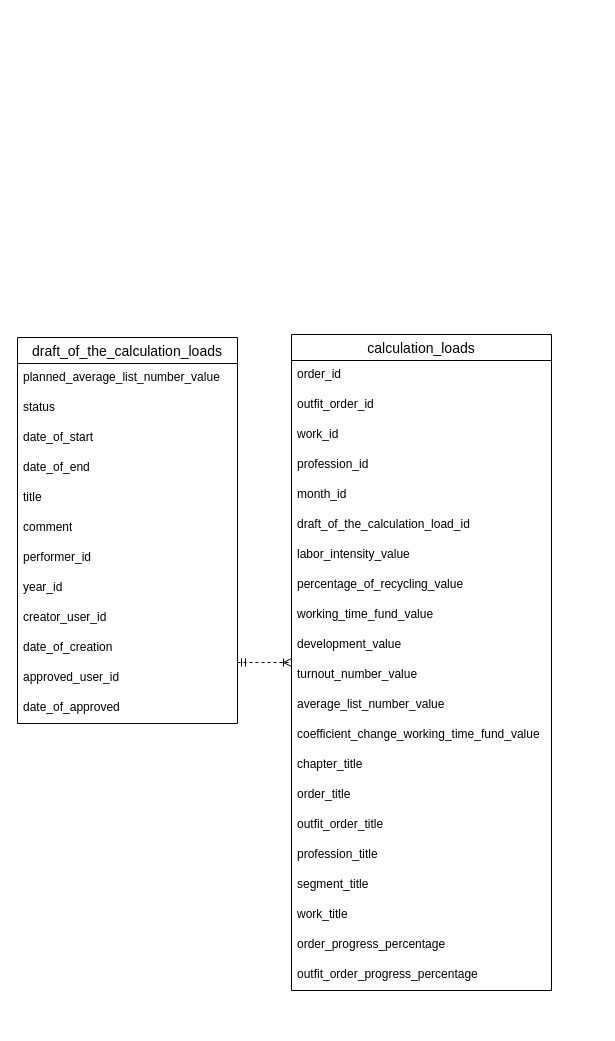
Above: Физическая диаграмма базы данных.drawio in VladZainullin/Diploma (draw.io), before the change. Source tidied: cells renumbered, new cells numbered last; positions are measured from the earlier drawing's top-left corner, leaving out a move shared by most shapes. Both pictures are drawn from the tidied source at 100%, with x=0, y=0 at pixel (17, 334).
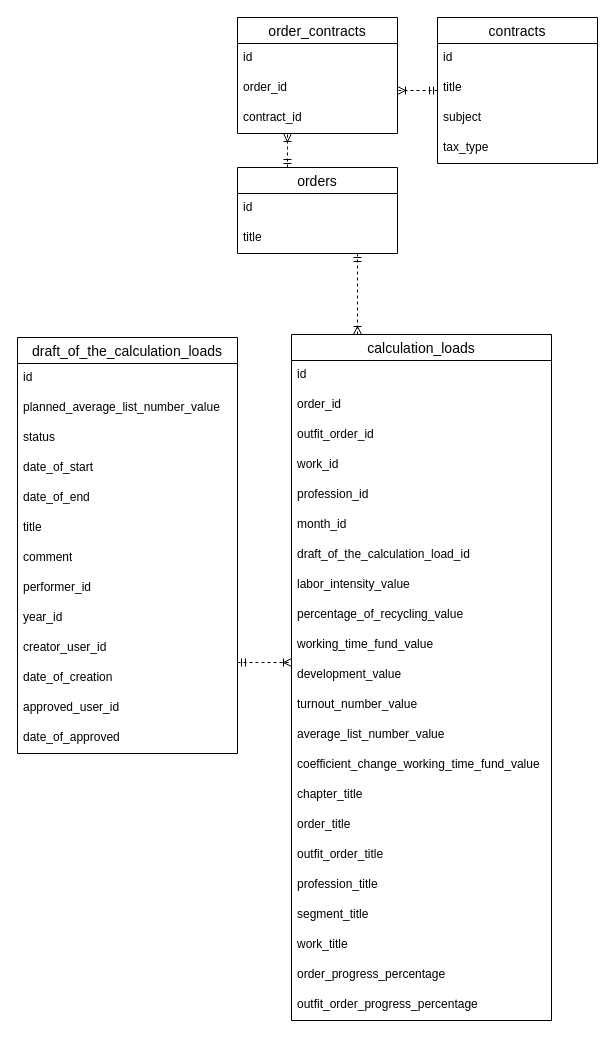
The same diagram, later.

The edit, as a diff of the source:
```diff
@@
     <mxCell id="3" value="draft_of_the_calculation_loads" style="swimlane;fontStyle=0;horizontal=1;startSize=26;align=center;fontSize=14;" parent="1" vertex="1">
-      <mxGeometry y="3" width="220" height="386" as="geometry" />
+      <mxGeometry y="3" width="220" height="416" as="geometry" />
     </mxCell>
+    <mxCell id="38" value="id" style="text;strokeColor=none;fillColor=none;spacingLeft=4;spacingRight=4;overflow=hidden;fontSize=12;whiteSpace=wrap;html=1;" parent="3" vertex="1">
+      <mxGeometry y="26" width="220" height="30" as="geometry" />
+    </mxCell>
     <mxCell id="4" value="planned_average_list_number_value" style="text;strokeColor=none;fillColor=none;spacingLeft=4;spacingRight=4;overflow=hidden;fontSize=12;whiteSpace=wrap;html=1;" parent="3" vertex="1">
-      <mxGeometry y="26" width="220" height="30" as="geometry" />
+      <mxGeometry y="56" width="220" height="30" as="geometry" />
     </mxCell>
     <mxCell id="5" value="status" style="text;strokeColor=none;fillColor=none;spacingLeft=4;spacingRight=4;overflow=hidden;fontSize=12;whiteSpace=wrap;html=1;" parent="3" vertex="1">
-      <mxGeometry y="56" width="220" height="30" as="geometry" />
+      <mxGeometry y="86" width="220" height="30" as="geometry" />
     </mxCell>
     <mxCell id="6" value="date_of_start" style="text;strokeColor=none;fillColor=none;spacingLeft=4;spacingRight=4;overflow=hidden;fontSize=12;whiteSpace=wrap;html=1;" parent="3" vertex="1">
-      <mxGeometry y="86" width="220" height="30" as="geometry" />
+      <mxGeometry y="116" width="220" height="30" as="geometry" />
     </mxCell>
     <mxCell id="7" value="date_of_end" style="text;strokeColor=none;fillColor=none;spacingLeft=4;spacingRight=4;overflow=hidden;fontSize=12;whiteSpace=wrap;html=1;" parent="3" vertex="1">
-      <mxGeometry y="116" width="220" height="30" as="geometry" />
+      <mxGeometry y="146" width="220" height="30" as="geometry" />
     </mxCell>
     <mxCell id="8" value="title" style="text;strokeColor=none;fillColor=none;spacingLeft=4;spacingRight=4;overflow=hidden;fontSize=12;whiteSpace=wrap;html=1;" parent="3" vertex="1">
-      <mxGeometry y="146" width="220" height="30" as="geometry" />
+      <mxGeometry y="176" width="220" height="30" as="geometry" />
     </mxCell>
     <mxCell id="9" value="comment" style="text;strokeColor=none;fillColor=none;spacingLeft=4;spacingRight=4;overflow=hidden;fontSize=12;whiteSpace=wrap;html=1;" parent="3" vertex="1">
-      <mxGeometry y="176" width="220" height="30" as="geometry" />
+      <mxGeometry y="206" width="220" height="30" as="geometry" />
     </mxCell>
     <mxCell id="10" value="performer_id" style="text;strokeColor=none;fillColor=none;spacingLeft=4;spacingRight=4;overflow=hidden;fontSize=12;whiteSpace=wrap;html=1;" parent="3" vertex="1">
-      <mxGeometry y="206" width="220" height="30" as="geometry" />
+      <mxGeometry y="236" width="220" height="30" as="geometry" />
     </mxCell>
     <mxCell id="11" value="year_id" style="text;strokeColor=none;fillColor=none;spacingLeft=4;spacingRight=4;overflow=hidden;fontSize=12;whiteSpace=wrap;html=1;" parent="3" vertex="1">
-      <mxGeometry y="236" width="220" height="30" as="geometry" />
+      <mxGeometry y="266" width="220" height="30" as="geometry" />
     </mxCell>
     <mxCell id="12" value="creator_user_id" style="text;strokeColor=none;fillColor=none;spacingLeft=4;spacingRight=4;overflow=hidden;fontSize=12;whiteSpace=wrap;html=1;" parent="3" vertex="1">
-      <mxGeometry y="266" width="220" height="30" as="geometry" />
+      <mxGeometry y="296" width="220" height="30" as="geometry" />
     </mxCell>
     <mxCell id="13" value="date_of_creation" style="text;strokeColor=none;fillColor=none;spacingLeft=4;spacingRight=4;overflow=hidden;fontSize=12;whiteSpace=wrap;html=1;" parent="3" vertex="1">
-      <mxGeometry y="296" width="220" height="30" as="geometry" />
+      <mxGeometry y="326" width="220" height="30" as="geometry" />
     </mxCell>
     <mxCell id="14" value="approved_user_id" style="text;strokeColor=none;fillColor=none;spacingLeft=4;spacingRight=4;overflow=hidden;fontSize=12;whiteSpace=wrap;html=1;" parent="3" vertex="1">
-      <mxGeometry y="326" width="220" height="30" as="geometry" />
+      <mxGeometry y="356" width="220" height="30" as="geometry" />
     </mxCell>
     <mxCell id="15" value="date_of_approved" style="text;strokeColor=none;fillColor=none;spacingLeft=4;spacingRight=4;overflow=hidden;fontSize=12;whiteSpace=wrap;html=1;" parent="3" vertex="1">
-      <mxGeometry y="356" width="220" height="30" as="geometry" />
+      <mxGeometry y="386" width="220" height="30" as="geometry" />
     </mxCell>
     <mxCell id="16" value="calculation_loads" style="swimlane;fontStyle=0;horizontal=1;startSize=26;align=center;fontSize=14;" parent="1" vertex="1">
-      <mxGeometry x="274" width="260" height="656" as="geometry" />
+      <mxGeometry x="274" width="260" height="686" as="geometry" />
     </mxCell>
+    <mxCell id="39" value="id" style="text;strokeColor=none;fillColor=none;spacingLeft=4;spacingRight=4;overflow=hidden;fontSize=12;whiteSpace=wrap;html=1;" parent="16" vertex="1">
+      <mxGeometry y="26" width="260" height="30" as="geometry" />
+    </mxCell>
     <mxCell id="17" value="order_id" style="text;strokeColor=none;fillColor=none;spacingLeft=4;spacingRight=4;overflow=hidden;fontSize=12;whiteSpace=wrap;html=1;" parent="16" vertex="1">
-      <mxGeometry y="26" width="260" height="30" as="geometry" />
+      <mxGeometry y="56" width="260" height="30" as="geometry" />
     </mxCell>
     <mxCell id="18" value="outfit_order_id" style="text;strokeColor=none;fillColor=none;spacingLeft=4;spacingRight=4;overflow=hidden;fontSize=12;whiteSpace=wrap;html=1;" parent="16" vertex="1">
-      <mxGeometry y="56" width="260" height="30" as="geometry" />
+      <mxGeometry y="86" width="260" height="30" as="geometry" />
     </mxCell>
     <mxCell id="19" value="work_id" style="text;strokeColor=none;fillColor=none;spacingLeft=4;spacingRight=4;overflow=hidden;fontSize=12;whiteSpace=wrap;html=1;" parent="16" vertex="1">
-      <mxGeometry y="86" width="260" height="30" as="geometry" />
+      <mxGeometry y="116" width="260" height="30" as="geometry" />
     </mxCell>
     <mxCell id="20" value="profession_id" style="text;strokeColor=none;fillColor=none;spacingLeft=4;spacingRight=4;overflow=hidden;fontSize=12;whiteSpace=wrap;html=1;" parent="16" vertex="1">
-      <mxGeometry y="116" width="260" height="30" as="geometry" />
+      <mxGeometry y="146" width="260" height="30" as="geometry" />
     </mxCell>
     <mxCell id="21" value="month_id" style="text;strokeColor=none;fillColor=none;spacingLeft=4;spacingRight=4;overflow=hidden;fontSize=12;whiteSpace=wrap;html=1;" parent="16" vertex="1">
-      <mxGeometry y="146" width="260" height="30" as="geometry" />
+      <mxGeometry y="176" width="260" height="30" as="geometry" />
     </mxCell>
     <mxCell id="22" value="draft_of_the_calculation_load_id" style="text;strokeColor=none;fillColor=none;spacingLeft=4;spacingRight=4;overflow=hidden;fontSize=12;whiteSpace=wrap;html=1;" parent="16" vertex="1">
-      <mxGeometry y="176" width="260" height="30" as="geometry" />
+      <mxGeometry y="206" width="260" height="30" as="geometry" />
     </mxCell>
     <mxCell id="23" value="labor_intensity_value" style="text;strokeColor=none;fillColor=none;spacingLeft=4;spacingRight=4;overflow=hidden;fontSize=12;whiteSpace=wrap;html=1;" parent="16" vertex="1">
-      <mxGeometry y="206" width="260" height="30" as="geometry" />
+      <mxGeometry y="236" width="260" height="30" as="geometry" />
     </mxCell>
     <mxCell id="24" value="percentage_of_recycling_value" style="text;strokeColor=none;fillColor=none;spacingLeft=4;spacingRight=4;overflow=hidden;fontSize=12;whiteSpace=wrap;html=1;" parent="16" vertex="1">
-      <mxGeometry y="236" width="260" height="30" as="geometry" />
+      <mxGeometry y="266" width="260" height="30" as="geometry" />
     </mxCell>
     <mxCell id="25" value="working_time_fund_value" style="text;strokeColor=none;fillColor=none;spacingLeft=4;spacingRight=4;overflow=hidden;fontSize=12;whiteSpace=wrap;html=1;" parent="16" vertex="1">
-      <mxGeometry y="266" width="260" height="30" as="geometry" />
+      <mxGeometry y="296" width="260" height="30" as="geometry" />
     </mxCell>
     <mxCell id="26" value="development_value" style="text;strokeColor=none;fillColor=none;spacingLeft=4;spacingRight=4;overflow=hidden;fontSize=12;whiteSpace=wrap;html=1;" parent="16" vertex="1">
-      <mxGeometry y="296" width="260" height="30" as="geometry" />
+      <mxGeometry y="326" width="260" height="30" as="geometry" />
     </mxCell>
     <mxCell id="27" value="turnout_number_value" style="text;strokeColor=none;fillColor=none;spacingLeft=4;spacingRight=4;overflow=hidden;fontSize=12;whiteSpace=wrap;html=1;" parent="16" vertex="1">
-      <mxGeometry y="326" width="260" height="30" as="geometry" />
+      <mxGeometry y="356" width="260" height="30" as="geometry" />
     </mxCell>
     <mxCell id="28" value="average_list_number_value" style="text;strokeColor=none;fillColor=none;spacingLeft=4;spacingRight=4;overflow=hidden;fontSize=12;whiteSpace=wrap;html=1;" parent="16" vertex="1">
-      <mxGeometry y="356" width="260" height="30" as="geometry" />
+      <mxGeometry y="386" width="260" height="30" as="geometry" />
     </mxCell>
     <mxCell id="29" value="coefficient_change_working_time_fund_value" style="text;strokeColor=none;fillColor=none;spacingLeft=4;spacingRight=4;overflow=hidden;fontSize=12;whiteSpace=wrap;html=1;" parent="16" vertex="1">
-      <mxGeometry y="386" width="260" height="30" as="geometry" />
+      <mxGeometry y="416" width="260" height="30" as="geometry" />
     </mxCell>
     <mxCell id="30" value="chapter_title" style="text;strokeColor=none;fillColor=none;spacingLeft=4;spacingRight=4;overflow=hidden;fontSize=12;whiteSpace=wrap;html=1;" parent="16" vertex="1">
-      <mxGeometry y="416" width="260" height="30" as="geometry" />
+      <mxGeometry y="446" width="260" height="30" as="geometry" />
     </mxCell>
     <mxCell id="31" value="order_title" style="text;strokeColor=none;fillColor=none;spacingLeft=4;spacingRight=4;overflow=hidden;fontSize=12;whiteSpace=wrap;html=1;" parent="16" vertex="1">
-      <mxGeometry y="446" width="260" height="30" as="geometry" />
+      <mxGeometry y="476" width="260" height="30" as="geometry" />
     </mxCell>
     <mxCell id="32" value="outfit_order_title" style="text;strokeColor=none;fillColor=none;spacingLeft=4;spacingRight=4;overflow=hidden;fontSize=12;whiteSpace=wrap;html=1;" parent="16" vertex="1">
-      <mxGeometry y="476" width="260" height="30" as="geometry" />
+      <mxGeometry y="506" width="260" height="30" as="geometry" />
     </mxCell>
     <mxCell id="33" value="profession_title" style="text;strokeColor=none;fillColor=none;spacingLeft=4;spacingRight=4;overflow=hidden;fontSize=12;whiteSpace=wrap;html=1;" parent="16" vertex="1">
-      <mxGeometry y="506" width="260" height="30" as="geometry" />
+      <mxGeometry y="536" width="260" height="30" as="geometry" />
     </mxCell>
     <mxCell id="34" value="segment_title" style="text;strokeColor=none;fillColor=none;spacingLeft=4;spacingRight=4;overflow=hidden;fontSize=12;whiteSpace=wrap;html=1;" parent="16" vertex="1">
-      <mxGeometry y="536" width="260" height="30" as="geometry" />
+      <mxGeometry y="566" width="260" height="30" as="geometry" />
     </mxCell>
     <mxCell id="35" value="work_title" style="text;strokeColor=none;fillColor=none;spacingLeft=4;spacingRight=4;overflow=hidden;fontSize=12;whiteSpace=wrap;html=1;" parent="16" vertex="1">
-      <mxGeometry y="566" width="260" height="30" as="geometry" />
+      <mxGeometry y="596" width="260" height="30" as="geometry" />
     </mxCell>
     <mxCell id="36" value="order_progress_percentage" style="text;strokeColor=none;fillColor=none;spacingLeft=4;spacingRight=4;overflow=hidden;fontSize=12;whiteSpace=wrap;html=1;" parent="16" vertex="1">
-      <mxGeometry y="596" width="260" height="30" as="geometry" />
+      <mxGeometry y="626" width="260" height="30" as="geometry" />
     </mxCell>
     <mxCell id="37" value="outfit_order_progress_percentage" style="text;strokeColor=none;fillColor=none;spacingLeft=4;spacingRight=4;overflow=hidden;fontSize=12;whiteSpace=wrap;html=1;" parent="16" vertex="1">
-      <mxGeometry y="626" width="260" height="30" as="geometry" />
+      <mxGeometry y="656" width="260" height="30" as="geometry" />
     </mxCell>
+    <mxCell id="40" style="edgeStyle=orthogonalEdgeStyle;rounded=0;jettySize=auto;html=1;dashed=1;startArrow=ERmandOne;startFill=0;endArrow=ERoneToMany;endFill=0;" parent="1" edge="1" source="42" target="51">
+      <mxGeometry relative="1" as="geometry">
+        <Array as="points">
+          <mxPoint x="270" y="-187" />
+          <mxPoint x="270" y="-187" />
+        </Array>
+      </mxGeometry>
+    </mxCell>
+    <mxCell id="41" style="edgeStyle=orthogonalEdgeStyle;rounded=0;jettySize=auto;html=1;dashed=1;strokeColor=default;align=center;verticalAlign=middle;fontFamily=Helvetica;fontSize=11;fontColor=default;labelBackgroundColor=default;startArrow=ERmandOne;startFill=0;endArrow=ERoneToMany;endFill=0;" parent="1" edge="1" source="42" target="16">
+      <mxGeometry relative="1" as="geometry">
+        <Array as="points">
+          <mxPoint x="340" y="-27" />
+          <mxPoint x="340" y="-27" />
+        </Array>
+      </mxGeometry>
+    </mxCell>
+    <mxCell id="42" value="orders" style="swimlane;fontStyle=0;horizontal=1;startSize=26;align=center;fontSize=14;" parent="1" vertex="1">
+      <mxGeometry x="220" y="-167" width="160" height="86" as="geometry" />
+    </mxCell>
+    <mxCell id="43" value="id" style="text;strokeColor=none;fillColor=none;spacingLeft=4;spacingRight=4;overflow=hidden;fontSize=12;whiteSpace=wrap;html=1;" parent="42" vertex="1">
+      <mxGeometry y="26" width="160" height="30" as="geometry" />
+    </mxCell>
+    <mxCell id="44" value="title" style="text;strokeColor=none;fillColor=none;spacingLeft=4;spacingRight=4;overflow=hidden;fontSize=12;whiteSpace=wrap;html=1;" parent="42" vertex="1">
+      <mxGeometry y="56" width="160" height="30" as="geometry" />
+    </mxCell>
+    <mxCell id="45" style="edgeStyle=orthogonalEdgeStyle;rounded=0;jettySize=auto;html=1;dashed=1;strokeColor=default;align=center;verticalAlign=middle;fontFamily=Helvetica;fontSize=11;fontColor=default;labelBackgroundColor=default;startArrow=ERmandOne;startFill=0;endArrow=ERoneToMany;endFill=0;" parent="1" edge="1" source="46" target="51">
+      <mxGeometry relative="1" as="geometry">
+        <Array as="points">
+          <mxPoint x="360" y="-316" />
+        </Array>
+      </mxGeometry>
+    </mxCell>
+    <mxCell id="46" value="contracts" style="swimlane;fontStyle=0;horizontal=1;startSize=26;align=center;fontSize=14;" parent="1" vertex="1">
+      <mxGeometry x="420" y="-317" width="160" height="146" as="geometry" />
+    </mxCell>
+    <mxCell id="47" value="id" style="text;strokeColor=none;fillColor=none;spacingLeft=4;spacingRight=4;overflow=hidden;fontSize=12;whiteSpace=wrap;html=1;" parent="46" vertex="1">
+      <mxGeometry y="26" width="160" height="30" as="geometry" />
+    </mxCell>
+    <mxCell id="48" value="title" style="text;strokeColor=none;fillColor=none;spacingLeft=4;spacingRight=4;overflow=hidden;fontSize=12;whiteSpace=wrap;html=1;" parent="46" vertex="1">
+      <mxGeometry y="56" width="160" height="30" as="geometry" />
+    </mxCell>
+    <mxCell id="49" value="subject" style="text;strokeColor=none;fillColor=none;spacingLeft=4;spacingRight=4;overflow=hidden;fontSize=12;whiteSpace=wrap;html=1;" parent="46" vertex="1">
+      <mxGeometry y="86" width="160" height="30" as="geometry" />
+    </mxCell>
+    <mxCell id="50" value="tax_type" style="text;strokeColor=none;fillColor=none;spacingLeft=4;spacingRight=4;overflow=hidden;fontSize=12;whiteSpace=wrap;html=1;" parent="46" vertex="1">
+      <mxGeometry y="116" width="160" height="30" as="geometry" />
+    </mxCell>
+    <mxCell id="51" value="order_contracts" style="swimlane;fontStyle=0;horizontal=1;startSize=26;align=center;fontSize=14;" parent="1" vertex="1">
+      <mxGeometry x="220" y="-317" width="160" height="116" as="geometry" />
+    </mxCell>
+    <mxCell id="52" value="id" style="text;strokeColor=none;fillColor=none;spacingLeft=4;spacingRight=4;overflow=hidden;fontSize=12;whiteSpace=wrap;html=1;" parent="51" vertex="1">
+      <mxGeometry y="26" width="160" height="30" as="geometry" />
+    </mxCell>
+    <mxCell id="53" value="order_id" style="text;strokeColor=none;fillColor=none;spacingLeft=4;spacingRight=4;overflow=hidden;fontSize=12;whiteSpace=wrap;html=1;" parent="51" vertex="1">
+      <mxGeometry y="56" width="160" height="30" as="geometry" />
+    </mxCell>
+    <mxCell id="54" value="contract_id" style="text;strokeColor=none;fillColor=none;spacingLeft=4;spacingRight=4;overflow=hidden;fontSize=12;whiteSpace=wrap;html=1;" parent="51" vertex="1">
+      <mxGeometry y="86" width="160" height="30" as="geometry" />
+    </mxCell>
```
